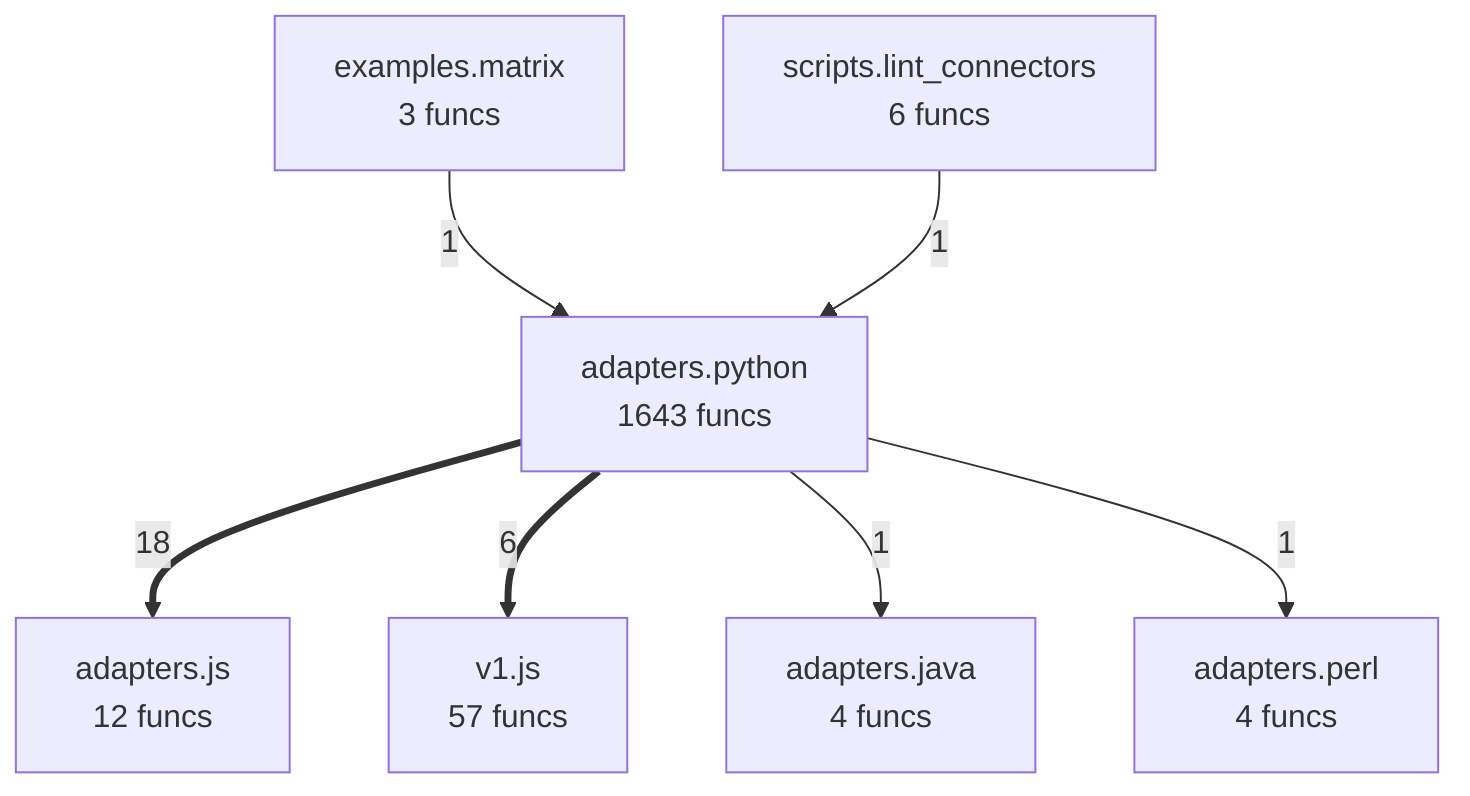
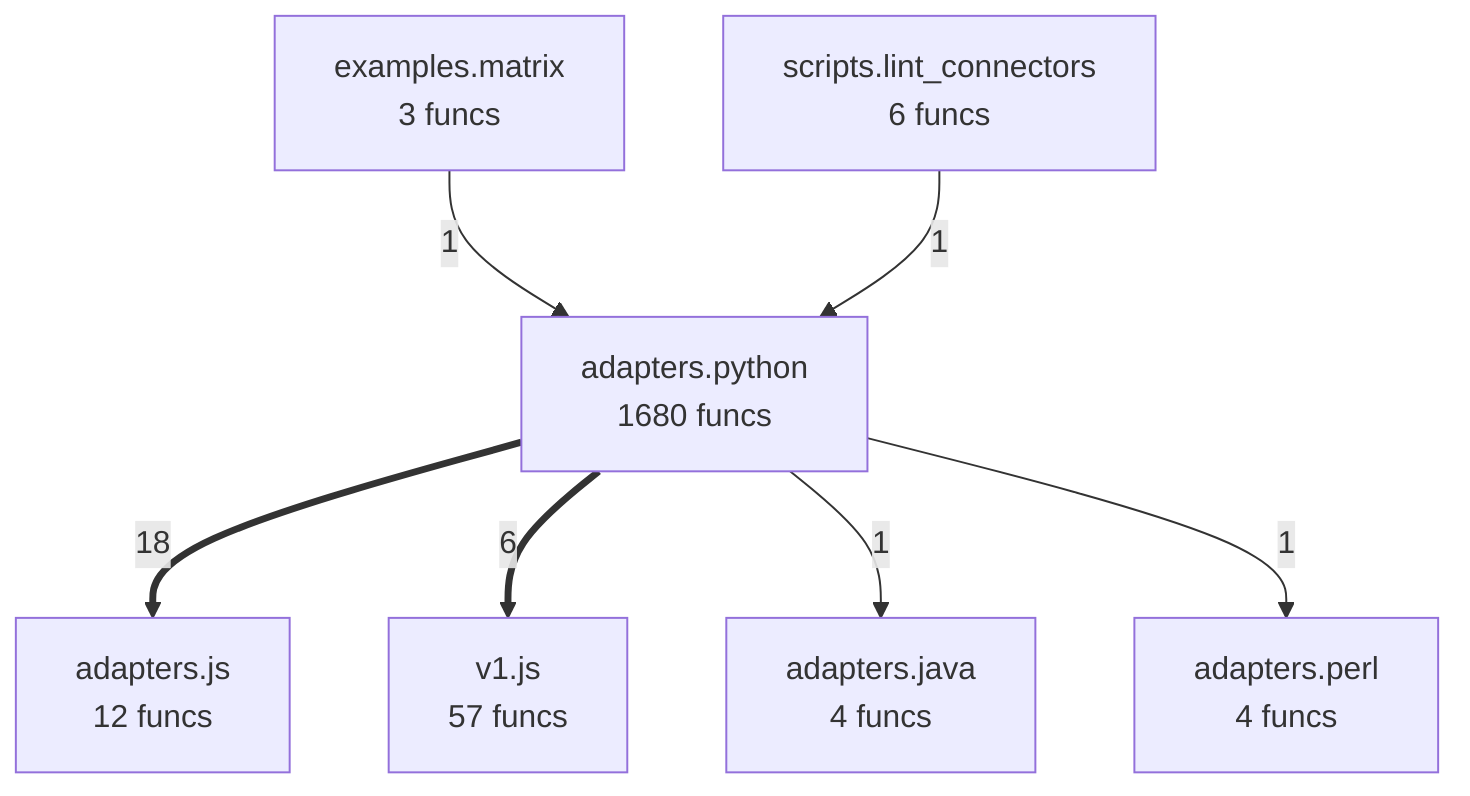
flowchart TD
%% generated in 0.04s
    adapters__java["adapters.java<br/>4 funcs"]
    adapters__js["adapters.js<br/>12 funcs"]
    adapters__perl["adapters.perl<br/>4 funcs"]
-     adapters__python["adapters.python<br/>1643 funcs"]
+     adapters__python["adapters.python<br/>1680 funcs"]
    examples__matrix["examples.matrix<br/>3 funcs"]
    scripts__lint_connectors["scripts.lint_connectors<br/>6 funcs"]
    v1__js["v1.js<br/>57 funcs"]
    adapters__python ==>|18| adapters__js
    adapters__python ==>|6| v1__js
    examples__matrix -->|1| adapters__python
    scripts__lint_connectors -->|1| adapters__python
    adapters__python -->|1| adapters__java
    adapters__python -->|1| adapters__perl
